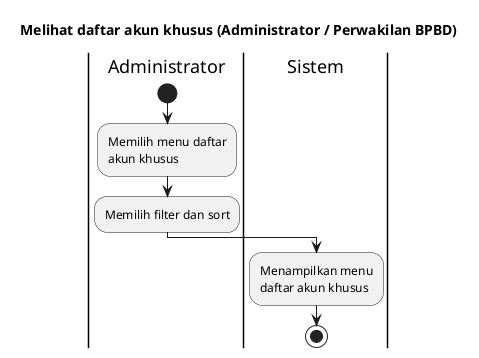
bagusNA/appl-diagrams keeps this PlantUML diagram as export/Activity Diagrams/UC-MGUSER - Manajemen Pengguna/UC-MGUSER-009 - Melihat daftar akun khusus.png. Above is the earlier version.
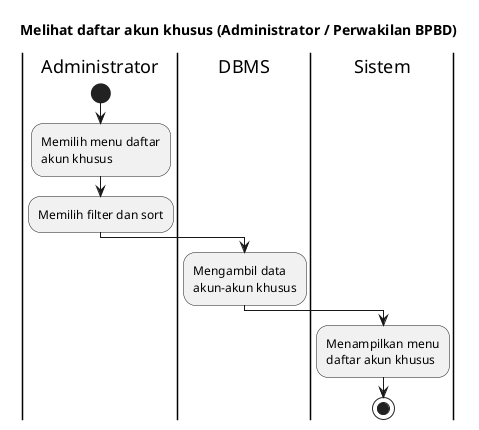
After the commit.

Diff of the diagram source:
```diff
@@ -8,6 +8,9 @@
 :Memilih menu daftar akun khusus;
 :Memilih filter dan sort;
 
+|DBMS|
+:Mengambil data akun-akun khusus;
+
 |Sistem|
 :Menampilkan menu daftar akun khusus;
 
```
